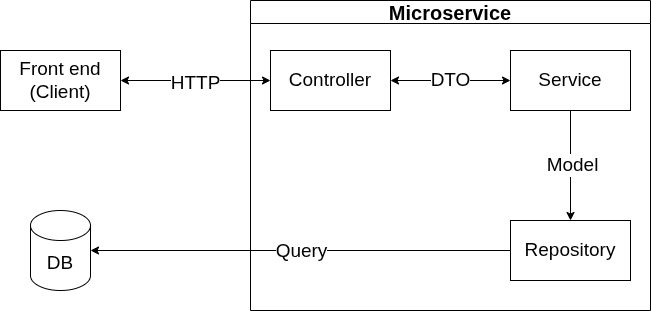
Above: figures/spring.png in dinhuet/Mobile-report (draw.io), before the change. Source tidied: cells renumbered, new cells last; positions are measured from the earlier drawing's top-left corner, leaving out a move shared by most shapes.
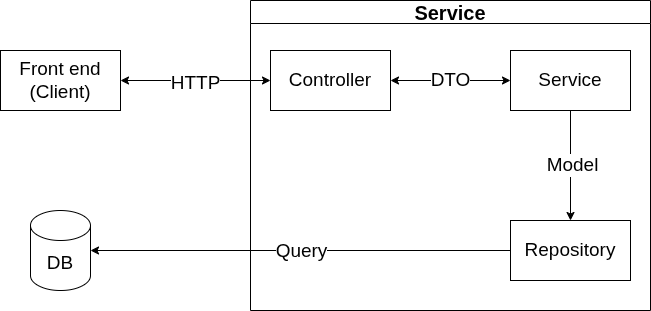
The same file after the commit.

What changed in the source:
```diff
@@ -43,7 +43,7 @@
         <mxPoint x="14" y="-2" as="offset" />
       </mxGeometry>
     </mxCell>
-    <mxCell id="15" value="Microservice" style="swimlane;whiteSpace=wrap;html=1;fontSize=20;" parent="1" vertex="1">
+    <mxCell id="15" value="Service" style="swimlane;whiteSpace=wrap;html=1;fontSize=20;startSize=23;" parent="1" vertex="1">
       <mxGeometry x="250" width="400" height="310" as="geometry" />
     </mxCell>
   </root>
```
